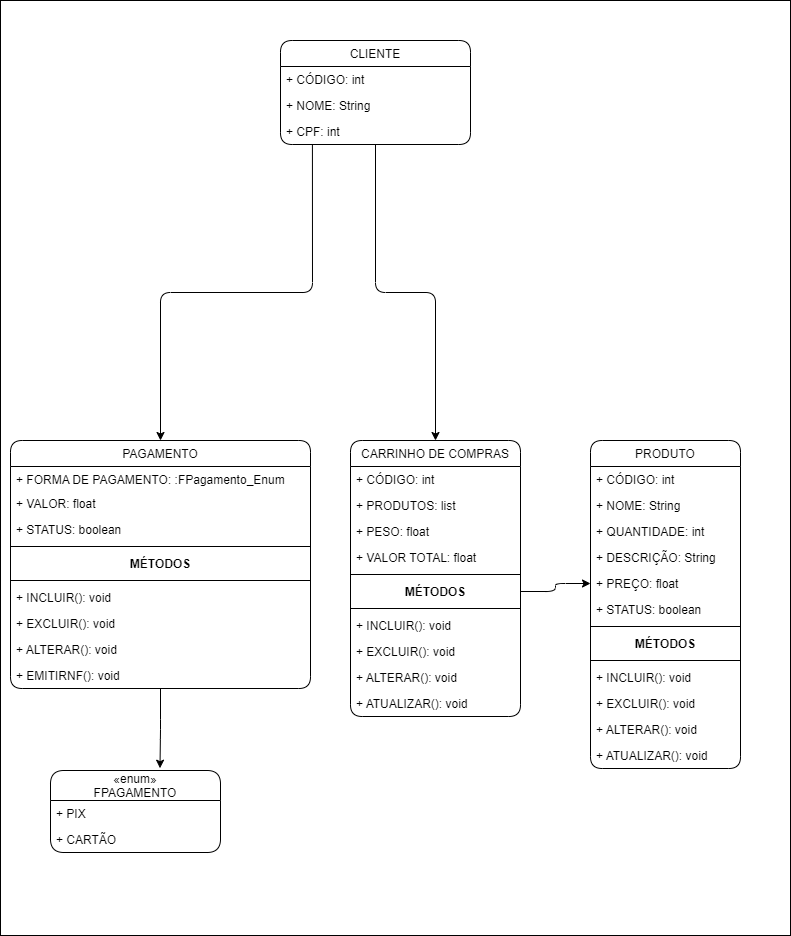
This is Untitled Diagram.drawio.png from joao100101/Engenharia-De-Software, a draw.io export, as it was before one commit. Source tidied: cells renumbered, new cells last; positions are measured from the earlier drawing's top-left corner, leaving out a move shared by most shapes.
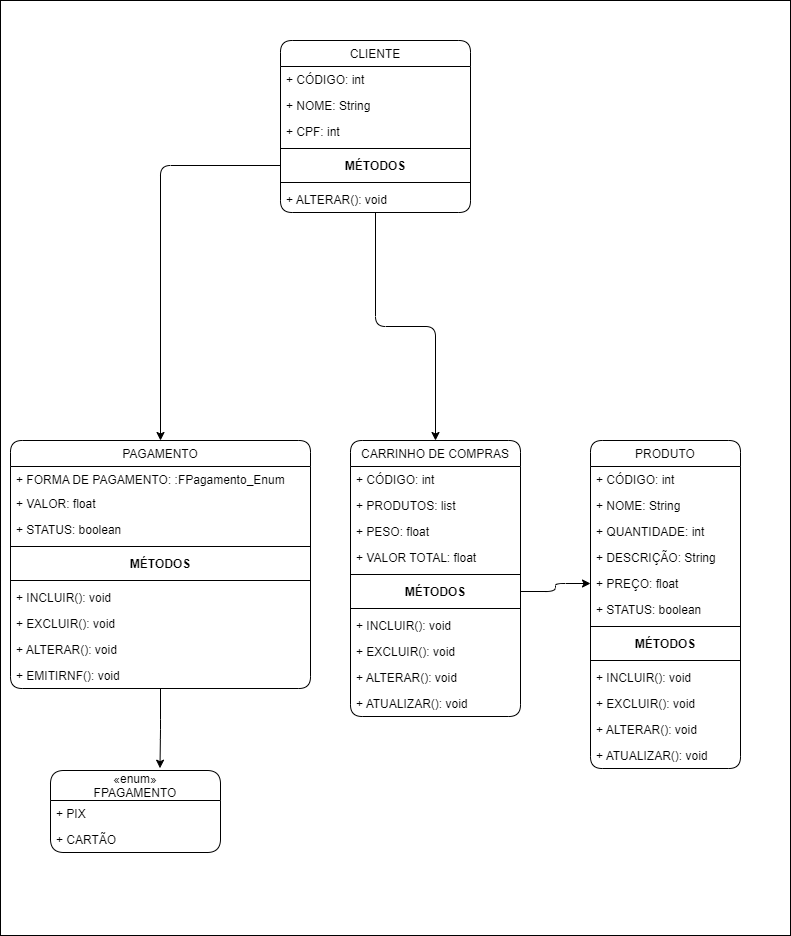
Above is the later version.

What changed in the source:
```diff
@@ -8,11 +8,11 @@
     <mxCell id="3" style="edgeStyle=orthogonalEdgeStyle;rounded=1;jettySize=auto;html=1;" parent="1" edge="1" source="5" target="23">
       <mxGeometry relative="1" as="geometry" />
     </mxCell>
-    <mxCell id="4" style="edgeStyle=orthogonalEdgeStyle;rounded=1;jettySize=auto;html=1;exitX=0.168;exitY=1.019;exitDx=0;exitDy=0;exitPerimeter=0;" parent="1" edge="1" source="8" target="36">
+    <mxCell id="4" style="edgeStyle=orthogonalEdgeStyle;rounded=1;jettySize=auto;html=1;" parent="1" edge="1" source="52" target="36">
       <mxGeometry relative="1" as="geometry" />
     </mxCell>
     <mxCell id="5" value="CLIENTE" style="swimlane;fontStyle=0;horizontal=1;startSize=26;rounded=1;" parent="1" vertex="1">
-      <mxGeometry x="280" y="40" width="190" height="104" as="geometry" />
+      <mxGeometry x="280" y="40" width="190" height="172" as="geometry" />
     </mxCell>
     <mxCell id="6" value="+ CÓDIGO: int" style="text;align=left;verticalAlign=top;spacingLeft=4;spacingRight=4;overflow=hidden;rounded=1;" parent="5" vertex="1">
       <mxGeometry y="26" width="190" height="26" as="geometry" />
@@ -23,6 +23,18 @@
     <mxCell id="8" value="+ CPF: int" style="text;align=left;verticalAlign=top;spacingLeft=4;spacingRight=4;overflow=hidden;points=[[0,0.5],[1,0.5]];portConstraint=eastwest;rounded=1;" parent="5" vertex="1">
       <mxGeometry y="78" width="190" height="26" as="geometry" />
     </mxCell>
+    <mxCell id="51" style="line;strokeWidth=1;fillColor=none;align=left;verticalAlign=middle;spacingTop=-1;spacingLeft=3;spacingRight=3;labelPosition=right;" parent="5" vertex="1">
+      <mxGeometry y="104" width="190" height="8" as="geometry" />
+    </mxCell>
+    <mxCell id="52" value="MÉTODOS" style="text;align=center;fontStyle=1;verticalAlign=middle;spacingLeft=3;spacingRight=3;points=[[0,0.5],[1,0.5]];portConstraint=eastwest;rounded=1;" parent="5" vertex="1">
+      <mxGeometry y="112" width="190" height="26" as="geometry" />
+    </mxCell>
+    <mxCell id="53" style="line;strokeWidth=1;fillColor=none;align=left;verticalAlign=middle;spacingTop=-1;spacingLeft=3;spacingRight=3;labelPosition=right;" parent="5" vertex="1">
+      <mxGeometry y="138" width="190" height="8" as="geometry" />
+    </mxCell>
+    <mxCell id="54" value="+ ALTERAR(): void" style="text;align=left;verticalAlign=top;spacingLeft=4;spacingRight=4;overflow=hidden;rounded=1;" parent="5" vertex="1">
+      <mxGeometry y="146" width="190" height="26" as="geometry" />
+    </mxCell>
     <mxCell id="9" value="PRODUTO" style="swimlane;fontStyle=0;horizontal=1;startSize=26;rounded=1;" parent="1" vertex="1">
       <mxGeometry x="590" y="440" width="150" height="328" as="geometry" />
     </mxCell>
```
